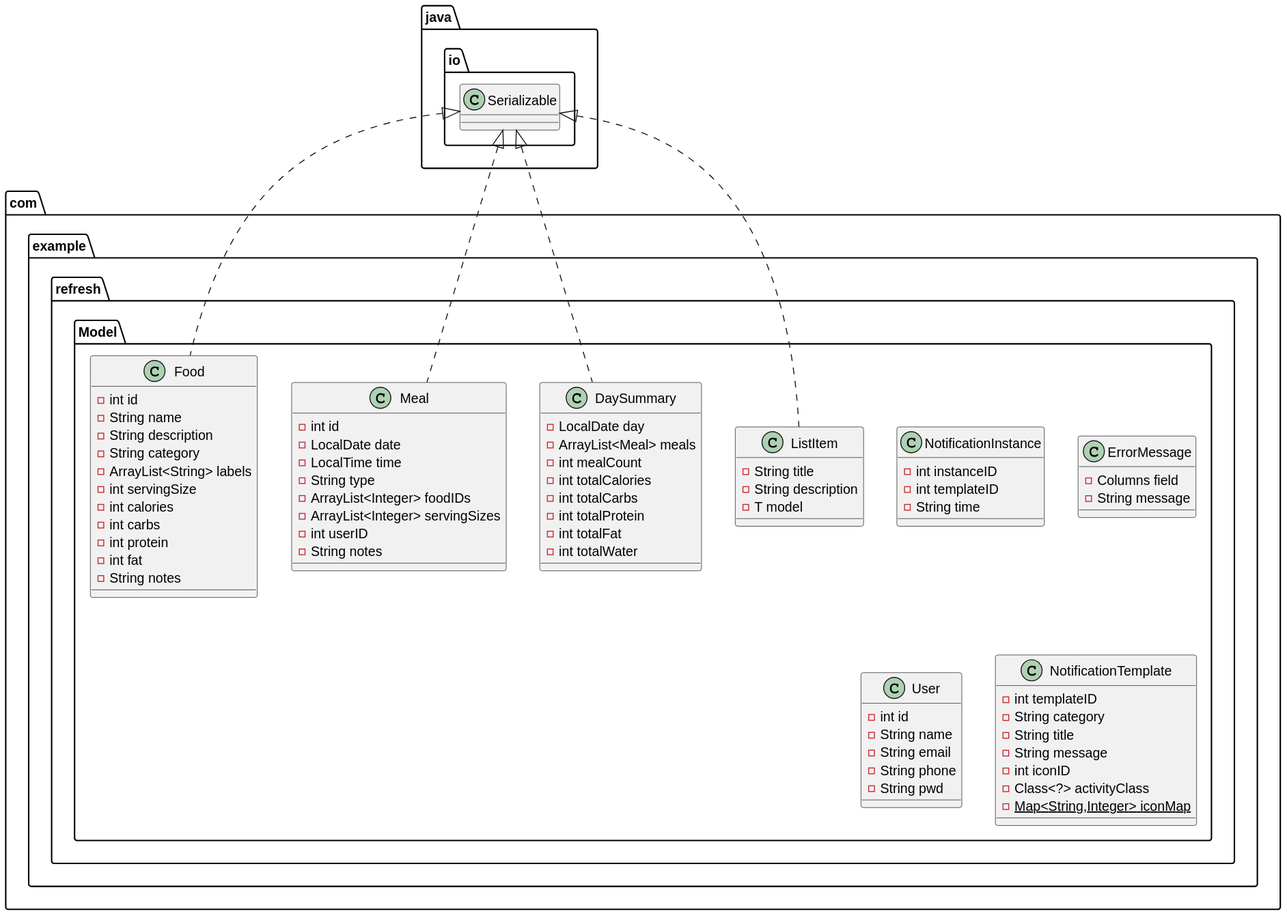
Before: Project UML/ModelUML.svg, a diagram exported from PlantUML (Lumini01/Refresh). Its diagram source:
```plantuml
@startuml
class com.example.refresh.Model.ListItem {
- String title
- String description
- T model
}

class com.example.refresh.Model.NotificationInstance {
- int instanceID
- int templateID
- String time
}

class com.example.refresh.Model.DaySummary {
- LocalDate day
- ArrayList<Meal> meals
- int mealCount
- int totalCalories
- int totalCarbs
- int totalProtein
- int totalFat
- int totalWater
}

class com.example.refresh.Model.ErrorMessage {
- Columns field
- String message
}

class com.example.refresh.Model.Meal {
- int id
- LocalDate date
- LocalTime time
- String type
- ArrayList<Integer> foodIDs
- ArrayList<Integer> servingSizes
- int userID
- String notes
}

class com.example.refresh.Model.Food {
- int id
- String name
- String description
- String category
- ArrayList<String> labels
- int servingSize
- int calories
- int carbs
- int protein
- int fat
- String notes
}

class com.example.refresh.Model.User {
- int id
- String name
- String email
- String phone
- String pwd
}

class com.example.refresh.Model.NotificationTemplate {
- int templateID
- String category
- String title
- String message
- int iconID
- Class<?> activityClass
- {static} Map<String,Integer> iconMap
}



java.io.Serializable <|.. com.example.refresh.Model.ListItem
java.io.Serializable <|.. com.example.refresh.Model.DaySummary
java.io.Serializable <|.. com.example.refresh.Model.Meal
java.io.Serializable <|.. com.example.refresh.Model.Food
@enduml
```
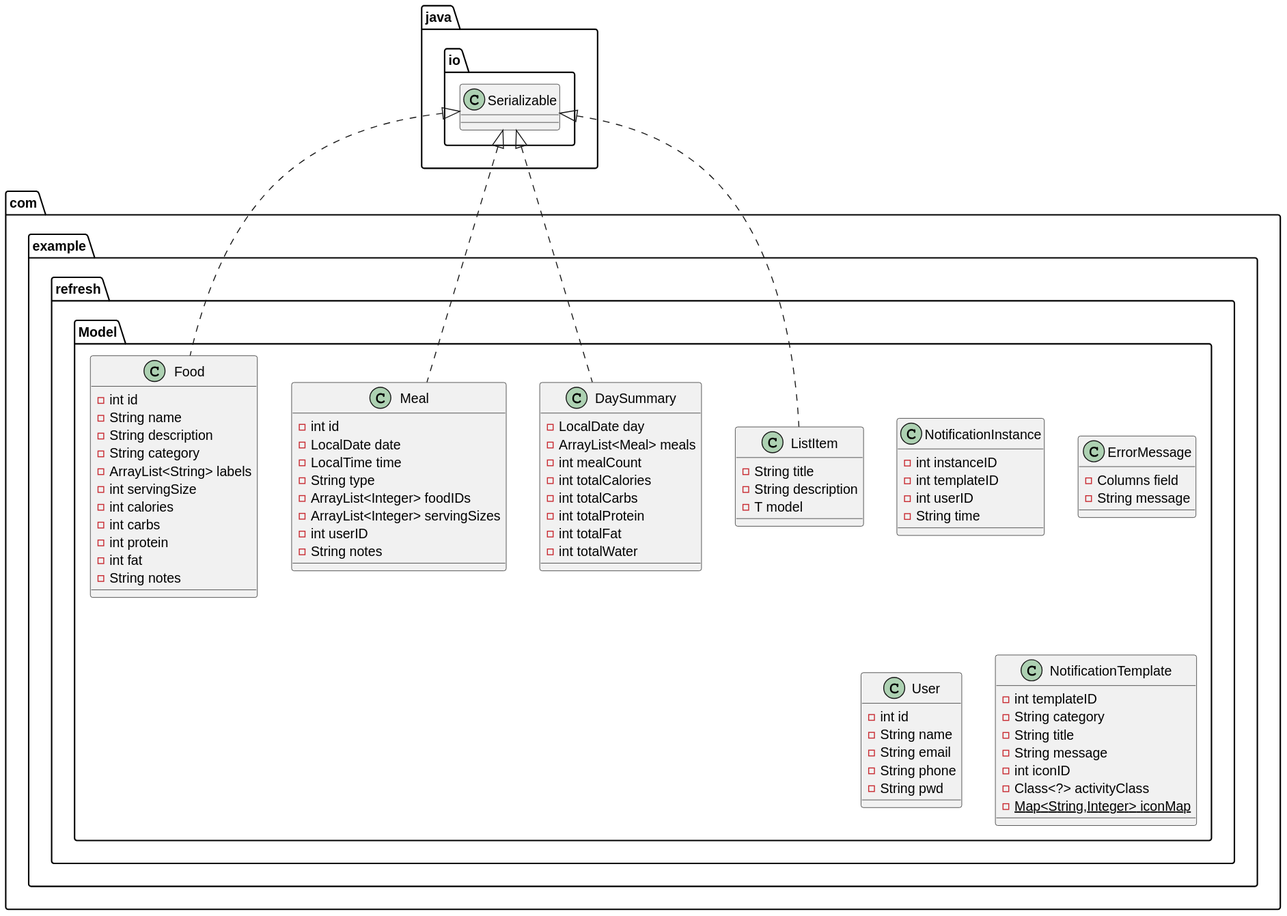
After the change.

Diff of the diagram source:
```diff
@@ -8,6 +8,7 @@
 class com.example.refresh.Model.NotificationInstance {
 - int instanceID
 - int templateID
+- int userID
 - String time
 }
 
```
